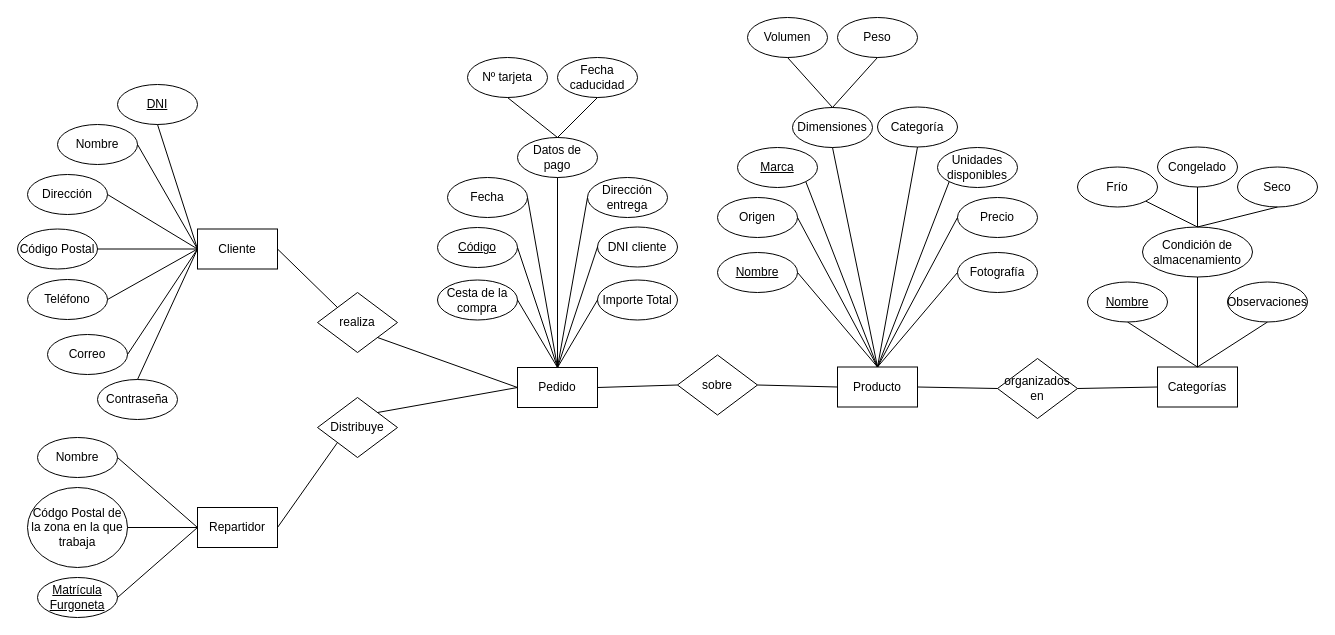
Above: bbdd/Actividades/Actividade BD28/Actividad BD28_2.drawio in Amaado/DAM1_archives (draw.io), before the change. Source tidied: cells renumbered, new cells numbered last; positions are measured from the earlier drawing's top-left corner, leaving out a move shared by most shapes. Both pictures are drawn from the tidied source at 100%, with x=0, y=0 at pixel (17, 17).
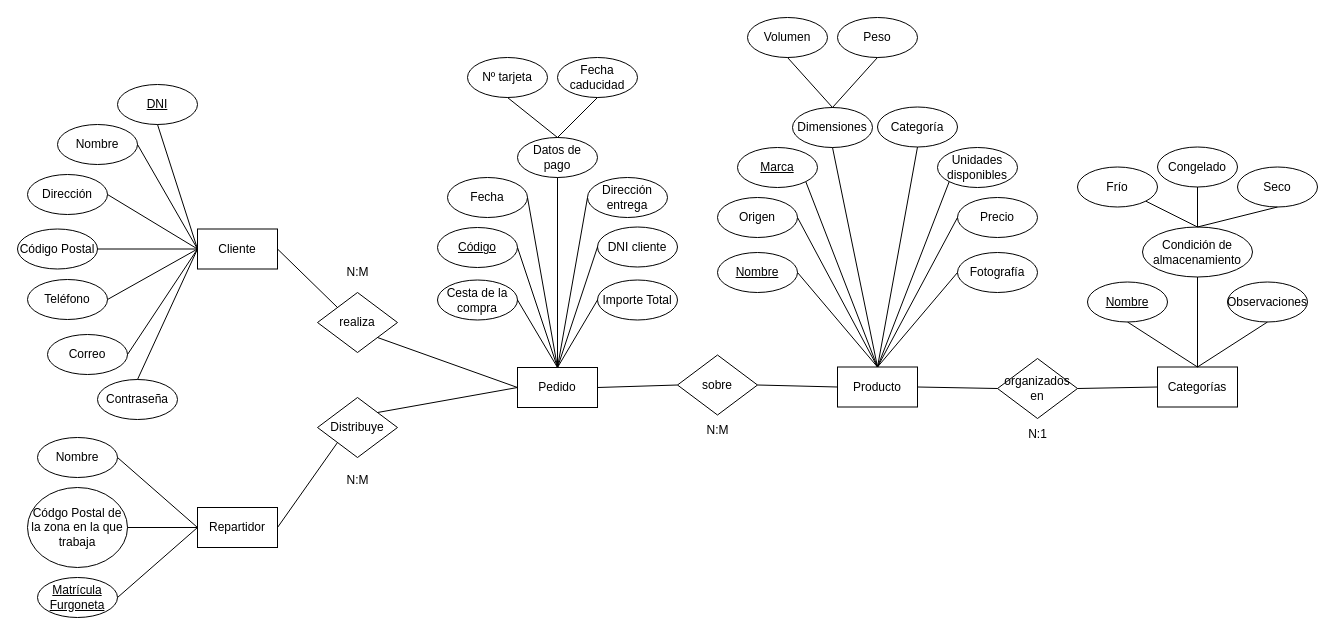
The same diagram, later.

What changed in the source:
```diff
@@
+    <mxCell id="89" value="N:M" style="text;html=1;align=center;verticalAlign=middle;strokeColor=none;fillColor=none;" parent="1" vertex="1">
+      <mxGeometry x="315" y="240" width="50" height="30" as="geometry" />
+    </mxCell>
+    <mxCell id="90" value="N:M" style="text;html=1;align=center;verticalAlign=middle;strokeColor=none;fillColor=none;" parent="1" vertex="1">
+      <mxGeometry x="315" y="448" width="50" height="30" as="geometry" />
+    </mxCell>
+    <mxCell id="91" value="N:M" style="text;html=1;align=center;verticalAlign=middle;strokeColor=none;fillColor=none;" parent="1" vertex="1">
+      <mxGeometry x="675" y="398" width="50" height="30" as="geometry" />
+    </mxCell>
+    <mxCell id="92" value="N:1" style="text;html=1;align=center;verticalAlign=middle;strokeColor=none;fillColor=none;" parent="1" vertex="1">
+      <mxGeometry x="1000" y="402" width="40" height="30" as="geometry" />
+    </mxCell>
```
